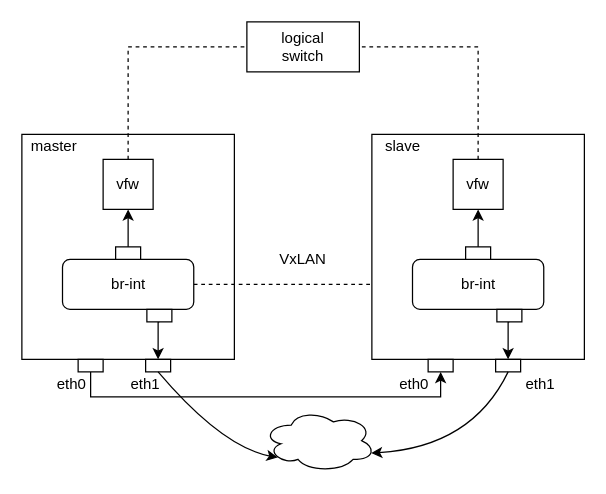
This is ovn-net.drawio from ctimbai/draw.io, a draw.io file, before an edit. Source tidied: cells renumbered, new cells numbered last; positions are measured from the earlier drawing's top-left corner, leaving out a move shared by most shapes. Both pictures are drawn from the tidied source at 125%, with x=0, y=0 at pixel (21, 21).
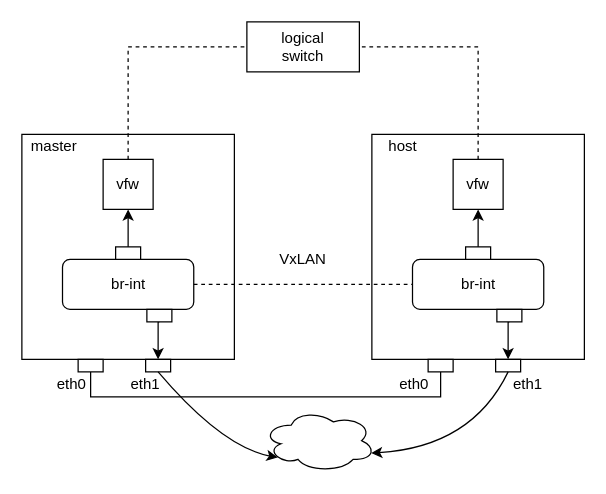
The same diagram, later.

Unchanged cells that the change refers to:
```xml
<mxCell id="4" value="br-int" style="rounded=1;whiteSpace=wrap;html=1;" parent="1" vertex="1">
  <mxGeometry x="32.5" y="190" width="105" height="40" as="geometry" />
</mxCell>
<mxCell id="12" style="rounded=0;whiteSpace=wrap;html=1;" parent="1" vertex="1">
  <mxGeometry x="45" y="270" width="20" height="10" as="geometry" />
</mxCell>
<mxCell id="17" value="br-int" style="rounded=1;whiteSpace=wrap;html=1;" parent="1" vertex="1">
  <mxGeometry x="312.5" y="190" width="105" height="40" as="geometry" />
</mxCell>
<mxCell id="24" style="rounded=0;whiteSpace=wrap;html=1;" parent="1" vertex="1">
  <mxGeometry x="325" y="270" width="20" height="10" as="geometry" />
</mxCell>
```

The edit, as a diff of the source:
```diff
@@
-    <mxCell id="3" style="edgeStyle=orthogonalEdgeStyle;rounded=0;jettySize=auto;html=1;exitX=1;exitY=0.5;exitDx=0;exitDy=0;dashed=1;endArrow=none;endFill=0;" parent="1" edge="1" source="4" target="17">
-      <mxGeometry relative="1" as="geometry" />
-    </mxCell>
@@
-    <mxCell id="11" style="edgeStyle=orthogonalEdgeStyle;rounded=0;jettySize=auto;html=1;exitX=0.5;exitY=1;exitDx=0;exitDy=0;entryX=0.5;entryY=1;entryDx=0;entryDy=0;endArrow=classic;endFill=1;" parent="1" edge="1" source="12" target="24">
+    <mxCell id="11" style="edgeStyle=orthogonalEdgeStyle;rounded=0;jettySize=auto;html=1;exitX=0.5;exitY=1;exitDx=0;exitDy=0;entryX=0.5;entryY=1;entryDx=0;entryDy=0;endArrow=none;endFill=0;" parent="1" edge="1" source="12" target="24">
       <mxGeometry relative="1" as="geometry" />
     </mxCell>
@@
     <mxCell id="26" value="eth1" style="text;html=1;strokeColor=none;fillColor=none;align=center;verticalAlign=middle;whiteSpace=wrap;rounded=0;" parent="1" vertex="1">
-      <mxGeometry x="395" y="280" width="40" height="20" as="geometry" />
+      <mxGeometry x="385" y="280" width="40" height="20" as="geometry" />
     </mxCell>
@@
-    <mxCell id="31" value="slave" style="text;html=1;strokeColor=none;fillColor=none;align=center;verticalAlign=middle;whiteSpace=wrap;rounded=0;" parent="1" vertex="1">
+    <mxCell id="31" value="host" style="text;html=1;strokeColor=none;fillColor=none;align=center;verticalAlign=middle;whiteSpace=wrap;rounded=0;" parent="1" vertex="1">
       <mxGeometry x="285" y="90" width="40" height="20" as="geometry" />
     </mxCell>
@@
+    <mxCell id="3" style="edgeStyle=orthogonalEdgeStyle;rounded=0;jettySize=auto;html=1;exitX=1;exitY=0.5;exitDx=0;exitDy=0;dashed=1;endArrow=none;endFill=0;" parent="1" edge="1" source="4" target="17">
+      <mxGeometry relative="1" as="geometry" />
+    </mxCell>
```
